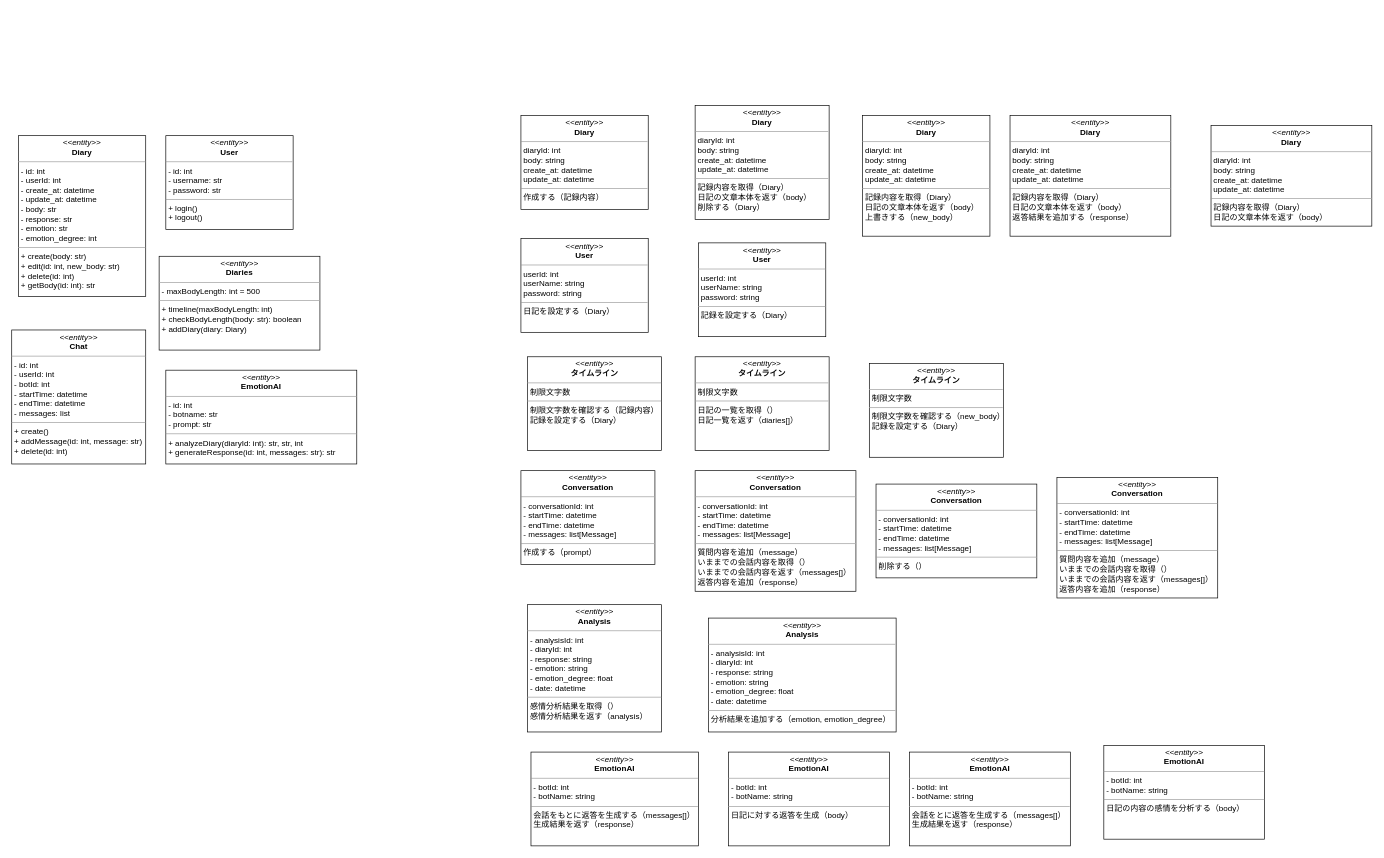
Earlier version of the draw.io diagram spec/02_DetailedDesignPhase/figure_class/&03_model_class.drawio (ut42univ/EmoDialog). Source tidied: cells renumbered, new cells numbered last; positions are measured from the earlier drawing's top-left corner, leaving out a move shared by most shapes. Both pictures are drawn from the tidied source at 67%, with x=0, y=0 at pixel (11, 105).
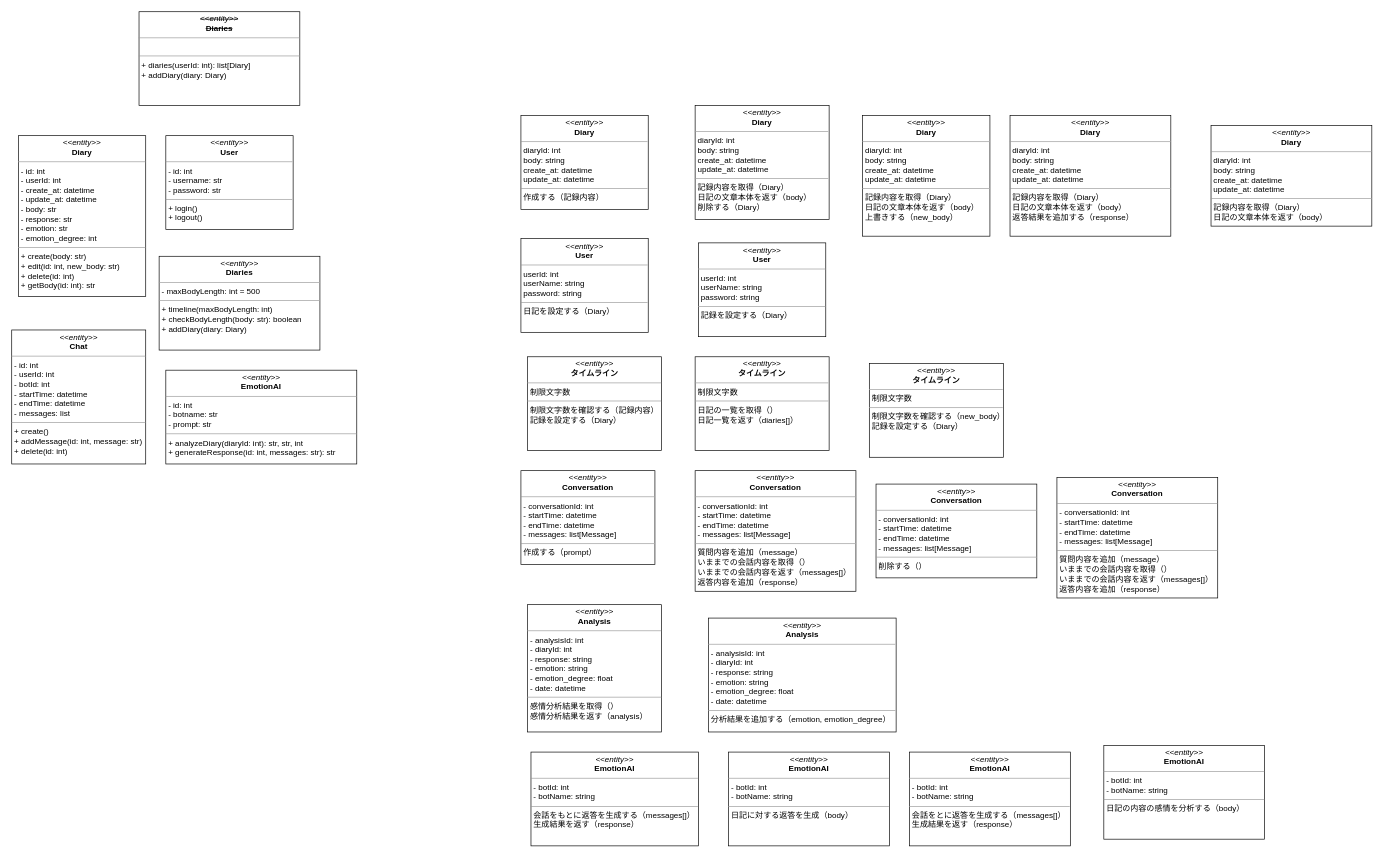
The same page after the edit.

Commit message (it also covers changes not shown here):
feat: Add new pages for diary, chat with AI, and view analysis

The edit, as a diff of the source:
```diff
@@
+    <mxCell id="27" value="&lt;p style=&quot;margin:0px;margin-top:4px;text-align:center;&quot;&gt;&lt;strike&gt;&lt;i&gt;&amp;lt;&amp;lt;entity&amp;gt;&amp;gt;&lt;/i&gt;&lt;br&gt;&lt;b&gt;Diaries&lt;/b&gt;&lt;/strike&gt;&lt;/p&gt;&lt;hr size=&quot;1&quot;&gt;&lt;p style=&quot;margin:0px;margin-left:4px;&quot;&gt;&lt;br&gt;&lt;/p&gt;&lt;hr size=&quot;1&quot;&gt;&lt;p style=&quot;margin:0px;margin-left:4px;&quot;&gt;+ diaries(userId: int): list[Diary]&lt;/p&gt;&lt;p style=&quot;margin:0px;margin-left:4px;&quot;&gt;+ addDiary(diary: Diary)&lt;/p&gt;" style="verticalAlign=top;align=left;overflow=fill;fontSize=12;fontFamily=Helvetica;html=1;" parent="1" vertex="1">
+      <mxGeometry x="190" y="-140" width="240" height="140" as="geometry" />
+    </mxCell>
```
